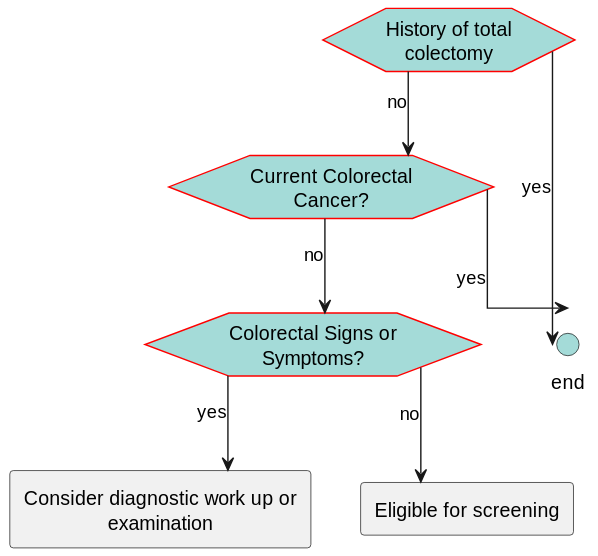
This is images/flow-ScreeningEligible.svg from ccsm-cds-tools/CDC-Colorectal-Cancer-Screening-CDS-L2, a PlantUML export, as it was before one commit.
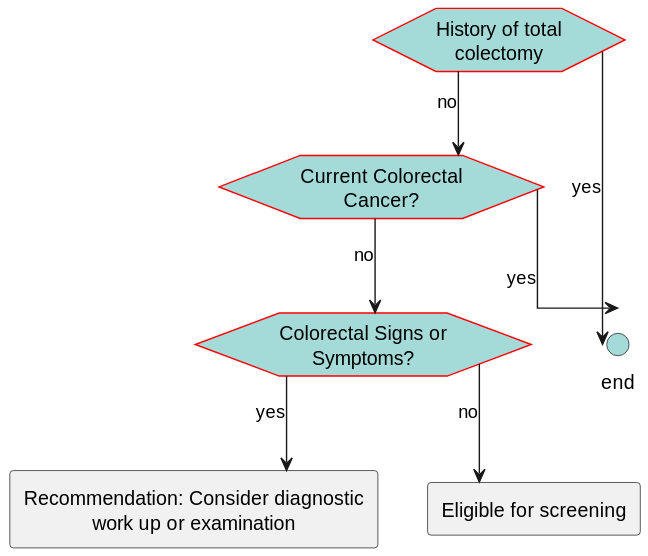
Later version of the same file.

Diff of the diagram source:
```diff
@@ -21,7 +21,7 @@
 hexagon "Current Colorectal Cancer?" as eve_ActiveCRC [[#eve-ActiveCRC]]
 hexagon "Colorectal Signs or Symptoms?" as eve_Symptomatic [[#eve-Symptomatic]]
 circle "end" as end_1 <<end>>
-rectangle "Consider diagnostic work up or examination" as act_Diagnostic [[#act-Diagnostic]]
+rectangle "Recommendation: Consider diagnostic work up or examination" as act_Diagnostic [[#act-Diagnostic]]
 rectangle "Eligible for screening" as act_ScreeningEligible [[#act-ScreeningEligible]]
 eve_HxTotalColectomy-->end_1: yes
 eve_HxTotalColectomy-->eve_ActiveCRC: no
```
